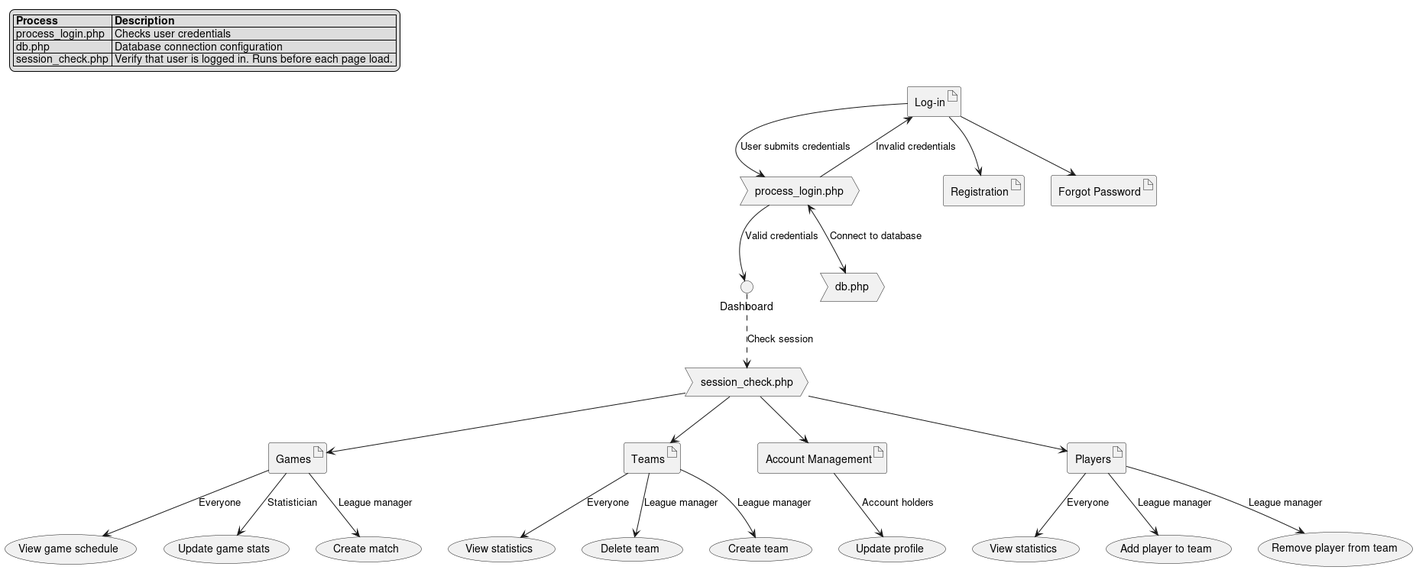
christs1/PHP-mySQL-Project keeps this PlantUML diagram as diagrams/out/Implementation.png. Above is the earlier version. Source of this version:
```plantuml
@startuml Implementation
top to bottom direction
!define PAGE artifact
!define PHP process
!define DASHBOARD interface
!define UC usecase

PAGE "Log-in" as login
PHP "process_login.php" as process_login
DASHBOARD "Dashboard" as dashboard
PAGE "Registration" as registration
PAGE "Forgot Password" as forgot_password
PAGE "Games" as games
UC "View game schedule" as view_schedule_games
UC "Update game stats" as manage_game_stats
UC "Create match" as schedule_new_game
PAGE "Teams" as teams
UC "View statistics" as view_team_stats
UC "Delete team" as delete_team
UC "Create team" as add_team
PAGE "Account Management" as account_management
UC "Update profile" as update_profile
PAGE "Players" as players
UC "View statistics" as view_player_stats
UC "Add player to team" as add_player_to_team
UC "Remove player from team" as remove_player_from_team
PHP "db.php" as db_config
PHP "session_check.php" as session_check

login --> process_login : "User submits credentials"
login --> registration
login --> forgot_password
process_login --> dashboard : "Valid credentials"
process_login --> login : "Invalid credentials"
process_login <--> db_config : "Connect to database"
dashboard -[dashed]-> session_check : "Check session"
session_check --> games
games --> view_schedule_games : "Everyone"
games --> manage_game_stats : "Statistician"
games --> schedule_new_game : "League manager"
session_check --> teams
teams --> view_team_stats : "Everyone"
teams --> delete_team : "League manager"
teams --> add_team: "League manager"
session_check --> account_management
account_management --> update_profile : "Account holders"
session_check --> players
players --> view_player_stats : "Everyone"
players --> add_player_to_team : "League manager"
players --> remove_player_from_team : "League manager"

legend top left
|= Process |= Description |
| process_login.php | Checks user credentials |
| db.php | Database connection configuration |
| session_check.php | Verify that user is logged in. Runs before each page load. |
endlegend
@enduml
```
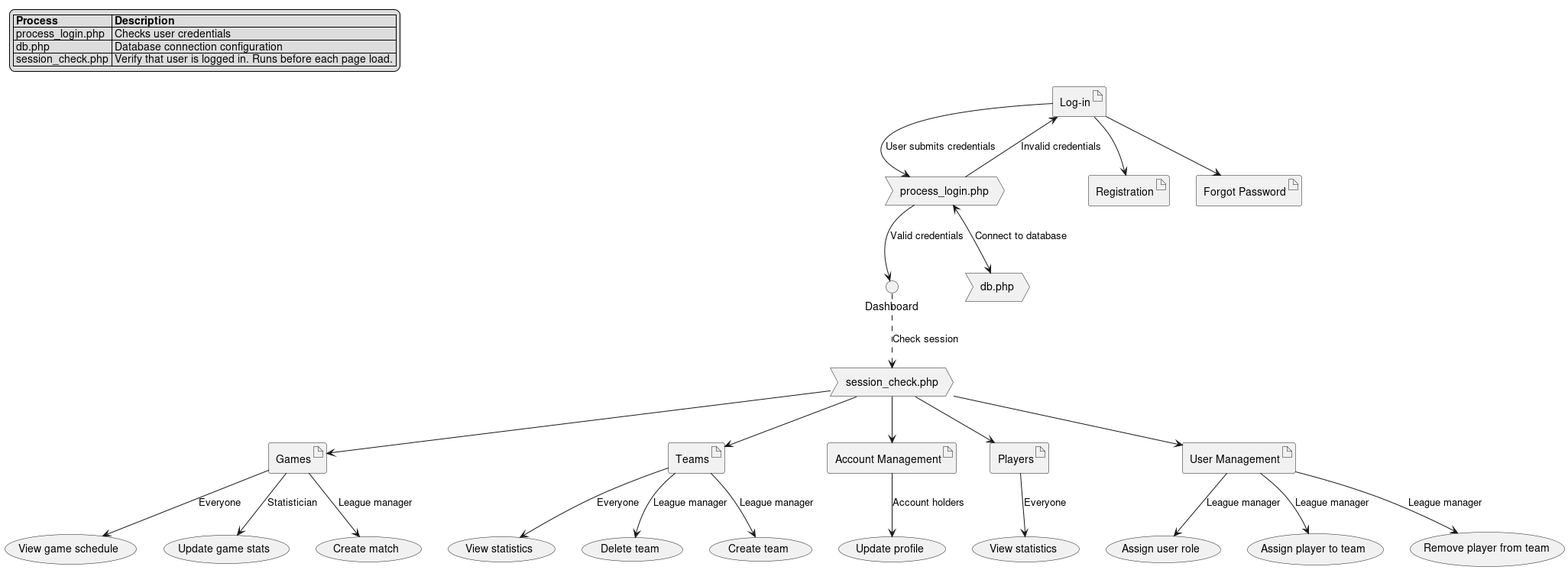
After the commit.

Commit message:
Update use cases

The edit, as a diff of the source:
```diff
@@ -22,10 +22,12 @@
 UC "Update profile" as update_profile
 PAGE "Players" as players
 UC "View statistics" as view_player_stats
-UC "Add player to team" as add_player_to_team
-UC "Remove player from team" as remove_player_from_team
 PHP "db.php" as db_config
 PHP "session_check.php" as session_check
+PAGE "User Management" as user_management
+UC "Assign user role" as assign_user_role
+UC "Assign player to team" as assign_player
+UC "Remove player from team" as remove_player
 
 login --> process_login : "User submits credentials"
 login --> registration
@@ -46,8 +48,10 @@
 account_management --> update_profile : "Account holders"
 session_check --> players
 players --> view_player_stats : "Everyone"
-players --> add_player_to_team : "League manager"
-players --> remove_player_from_team : "League manager"
+session_check --> user_management
+user_management --> assign_user_role : "League manager"
+user_management --> assign_player : "League manager"
+user_management --> remove_player : "League manager"
 
 legend top left
 |= Process |= Description |
```
